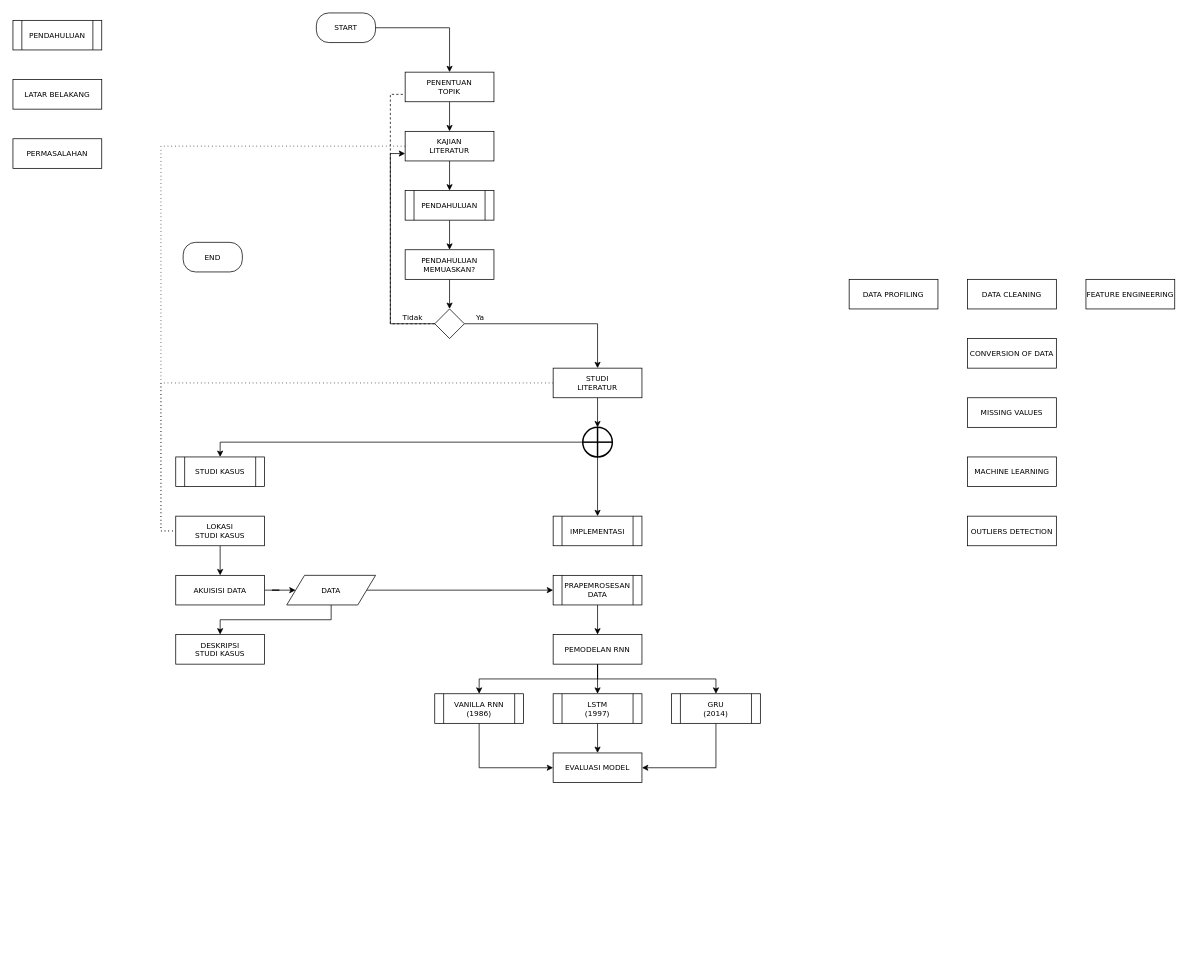
The draw.io diagram diagram/DIAGRAM_metodologi_penelitian.drawio in taruma/vivaldi, before the edit. Source tidied: cells renumbered, new cells numbered last; positions are measured from the earlier drawing's top-left corner, leaving out a move shared by most shapes. Both pictures are drawn from the tidied source at 74%, with x=0, y=0 at pixel (13, 13).
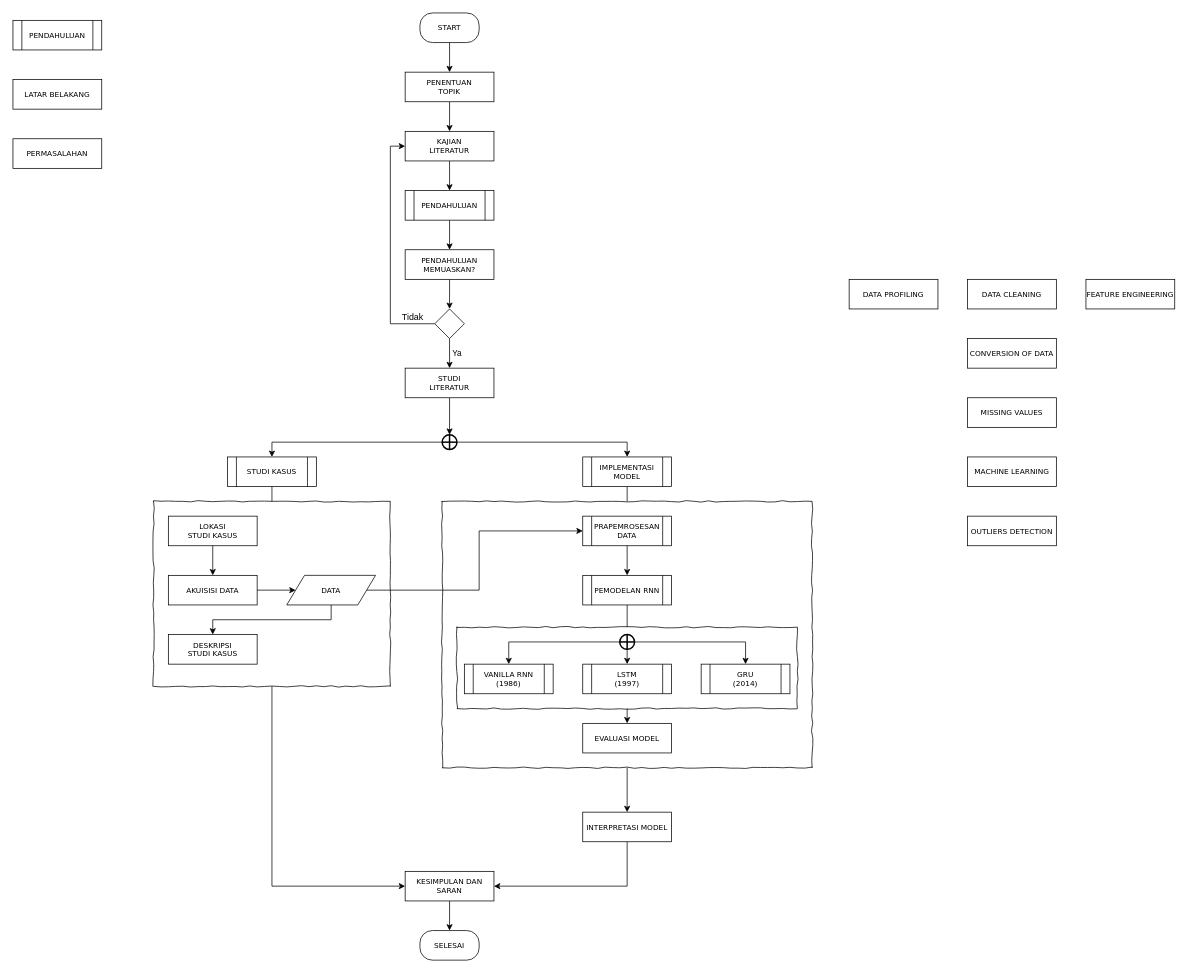
Above is the later version.

Commit message:
first draft flowchart

Unchanged cells that the change refers to:
```xml
<mxCell id="6" value="PENENTUAN&lt;br style=&quot;font-size: 10px;&quot;&gt;TOPIK" style="rounded=0;whiteSpace=wrap;html=1;fillColor=#ffffff;fontFamily=Verdana;fontSize=10;" parent="1" vertex="1">
  <mxGeometry x="530" y="80" width="120" height="40" as="geometry" />
</mxCell>
<mxCell id="8" value="KAJIAN&lt;br style=&quot;font-size: 10px;&quot;&gt;LITERATUR" style="rounded=0;whiteSpace=wrap;html=1;fillColor=#ffffff;fontFamily=Verdana;fontSize=10;" parent="1" vertex="1">
  <mxGeometry x="530" y="160" width="120" height="40" as="geometry" />
</mxCell>
<mxCell id="22" style="rhombus;whiteSpace=wrap;html=1;fillColor=#ffffff;fontFamily=Verdana;fontSize=10;" parent="1" vertex="1">
  <mxGeometry x="570" y="400" width="40" height="40" as="geometry" />
</mxCell>
```

Diff of the diagram source:
```diff
@@
+    <mxCell id="59" style="edgeStyle=orthogonalEdgeStyle;rounded=0;jettySize=auto;html=1;exitX=0.5;exitY=1;exitDx=0;exitDy=0;entryX=0.5;entryY=0;entryDx=0;entryDy=0;endArrow=classic;endFill=1;" parent="1" edge="1" source="67" target="62">
+      <mxGeometry relative="1" as="geometry" />
+    </mxCell>
-    <mxCell id="2" style="edgeStyle=orthogonalEdgeStyle;rounded=0;jettySize=auto;html=1;exitX=1;exitY=0.5;exitDx=0;exitDy=0;entryX=0.5;entryY=0;entryDx=0;entryDy=0;fontFamily=Verdana;fontSize=10;" parent="1" edge="1" source="3" target="6">
+    <mxCell id="2" style="edgeStyle=orthogonalEdgeStyle;rounded=0;jettySize=auto;html=1;exitX=0.5;exitY=1;exitDx=0;exitDy=0;entryX=0.5;entryY=0;entryDx=0;entryDy=0;endArrow=classic;endFill=1;" parent="1" edge="1" source="3" target="6">
       <mxGeometry relative="1" as="geometry" />
     </mxCell>
     <mxCell id="3" value="START" style="rounded=1;whiteSpace=wrap;html=1;fillColor=#ffffff;fontFamily=Verdana;arcSize=42;fontSize=10;" parent="1" vertex="1">
-      <mxGeometry x="410" width="80" height="40" as="geometry" />
+      <mxGeometry x="550" width="80" height="40" as="geometry" />
     </mxCell>
-    <mxCell id="4" value="END" style="rounded=1;whiteSpace=wrap;html=1;fillColor=#ffffff;fontFamily=Verdana;arcSize=42;fontSize=10;" parent="1" vertex="1">
-      <mxGeometry x="230" y="310" width="80" height="40" as="geometry" />
+    <mxCell id="4" value="SELESAI" style="rounded=1;whiteSpace=wrap;html=1;fillColor=#ffffff;fontFamily=Verdana;arcSize=42;fontSize=10;" parent="1" vertex="1">
+      <mxGeometry x="550" y="1240" width="80" height="40" as="geometry" />
     </mxCell>
@@
-    <mxCell id="10" style="edgeStyle=orthogonalEdgeStyle;rounded=0;jettySize=auto;html=1;exitX=0;exitY=0.5;exitDx=0;exitDy=0;entryX=0;entryY=0.5;entryDx=0;entryDy=0;dashed=1;endArrow=none;endFill=0;fontFamily=Verdana;fontSize=10;dashPattern=1 4;" parent="1" edge="1" source="8" target="32">
-      <mxGeometry relative="1" as="geometry" />
-    </mxCell>
@@
-    <mxCell id="17" style="edgeStyle=orthogonalEdgeStyle;rounded=0;jettySize=auto;html=1;exitX=0;exitY=0.5;exitDx=0;exitDy=0;entryX=0;entryY=0.75;entryDx=0;entryDy=0;fontFamily=Verdana;dashed=1;endArrow=none;endFill=0;fontSize=10;" parent="1" edge="1" source="22" target="6">
-      <mxGeometry relative="1" as="geometry" />
-    </mxCell>
+    <mxCell id="19" style="edgeStyle=orthogonalEdgeStyle;rounded=0;jettySize=auto;html=1;exitX=0;exitY=0.5;exitDx=0;exitDy=0;entryX=0;entryY=0.5;entryDx=0;entryDy=0;endArrow=classic;endFill=1;fontFamily=Verdana;fontSize=10;" parent="1" edge="1" source="22" target="8">
+      <mxGeometry relative="1" as="geometry" />
+    </mxCell>
-    <mxCell id="18" value="Tidak" style="text;html=1;align=center;verticalAlign=middle;labelBackgroundColor=#ffffff;fontFamily=Verdana;fontSize=10;" parent="17" vertex="1">
-      <mxGeometry x="-0.8" y="-2" relative="1" as="geometry">
-        <mxPoint x="8" y="-8" as="offset" />
+    <mxCell id="18" value="Tidak" style="text;html=1;align=center;verticalAlign=middle;labelBackgroundColor=#ffffff;" parent="19" vertex="1">
+      <mxGeometry x="-0.72" y="-2" relative="1" as="geometry">
+        <mxPoint x="14.5" y="-8" as="offset" />
       </mxGeometry>
     </mxCell>
-    <mxCell id="19" style="edgeStyle=orthogonalEdgeStyle;rounded=0;jettySize=auto;html=1;exitX=0;exitY=0.5;exitDx=0;exitDy=0;entryX=0;entryY=0.75;entryDx=0;entryDy=0;endArrow=classic;endFill=1;fontFamily=Verdana;fontSize=10;" parent="1" edge="1" source="22" target="8">
-      <mxGeometry relative="1" as="geometry" />
-    </mxCell>
-    <mxCell id="20" style="edgeStyle=orthogonalEdgeStyle;rounded=0;jettySize=auto;html=1;exitX=1;exitY=0.5;exitDx=0;exitDy=0;entryX=0.5;entryY=0;entryDx=0;entryDy=0;endArrow=classic;endFill=1;fontFamily=Verdana;fontSize=10;" parent="1" edge="1" source="22" target="27">
-      <mxGeometry relative="1" as="geometry" />
-    </mxCell>
-    <mxCell id="21" value="Ya" style="text;html=1;align=center;verticalAlign=middle;labelBackgroundColor=#ffffff;fontFamily=Verdana;fontSize=10;" parent="20" vertex="1">
-      <mxGeometry x="-0.22" relative="1" as="geometry">
-        <mxPoint x="-74" y="-10" as="offset" />
-      </mxGeometry>
+    <mxCell id="21" value="Ya" style="edgeStyle=orthogonalEdgeStyle;rounded=0;jettySize=auto;html=1;exitX=0.5;exitY=1;exitDx=0;exitDy=0;entryX=0.5;entryY=0;entryDx=0;entryDy=0;endArrow=classic;endFill=1;" parent="1" edge="1" source="22" target="27">
+      <mxGeometry y="10" relative="1" as="geometry" />
     </mxCell>
@@
     <mxCell id="23" value="STUDI KASUS" style="shape=process;whiteSpace=wrap;html=1;backgroundOutline=1;fillColor=#ffffff;fontFamily=Verdana;fontSize=10;" parent="1" vertex="1">
-      <mxGeometry x="220" y="600" width="120" height="40" as="geometry" />
+      <mxGeometry x="290" y="600" width="120" height="40" as="geometry" />
     </mxCell>
+    <mxCell id="60" style="edgeStyle=orthogonalEdgeStyle;rounded=0;jettySize=auto;html=1;exitX=0.5;exitY=1;exitDx=0;exitDy=0;entryX=0.5;entryY=0;entryDx=0;entryDy=0;endArrow=none;endFill=0;" parent="1" edge="1" source="24" target="67">
+      <mxGeometry relative="1" as="geometry" />
+    </mxCell>
-    <mxCell id="24" value="IMPLEMENTASI" style="shape=process;whiteSpace=wrap;html=1;backgroundOutline=1;fillColor=#ffffff;fontFamily=Verdana;fontSize=10;" parent="1" vertex="1">
-      <mxGeometry x="730" y="680" width="120" height="40" as="geometry" />
+    <mxCell id="24" value="IMPLEMENTASI MODEL" style="shape=process;whiteSpace=wrap;html=1;backgroundOutline=1;fillColor=#ffffff;fontFamily=Verdana;fontSize=10;" parent="1" vertex="1">
+      <mxGeometry x="770" y="600" width="120" height="40" as="geometry" />
     </mxCell>
@@
-    <mxCell id="26" style="edgeStyle=orthogonalEdgeStyle;rounded=0;jettySize=auto;html=1;exitX=0;exitY=0.5;exitDx=0;exitDy=0;entryX=0;entryY=0.5;entryDx=0;entryDy=0;dashed=1;endArrow=none;endFill=0;fontFamily=Verdana;fontSize=10;dashPattern=1 4;" parent="1" edge="1" source="27" target="32">
-      <mxGeometry relative="1" as="geometry" />
-    </mxCell>
     <mxCell id="27" value="STUDI&lt;br style=&quot;font-size: 10px;&quot;&gt;LITERATUR" style="rounded=0;whiteSpace=wrap;html=1;fillColor=#ffffff;fontFamily=Verdana;fontSize=10;" parent="1" vertex="1">
-      <mxGeometry x="730" y="480" width="120" height="40" as="geometry" />
+      <mxGeometry x="530" y="480" width="120" height="40" as="geometry" />
     </mxCell>
@@
-    <mxCell id="29" style="edgeStyle=orthogonalEdgeStyle;rounded=0;jettySize=auto;html=1;exitX=0.5;exitY=1;exitDx=0;exitDy=0;exitPerimeter=0;entryX=0.5;entryY=0;entryDx=0;entryDy=0;fontFamily=Verdana;fontSize=10;" parent="1" edge="1" source="30" target="24">
+    <mxCell id="29" style="edgeStyle=orthogonalEdgeStyle;rounded=0;jettySize=auto;html=1;exitX=1;exitY=0.5;exitDx=0;exitDy=0;exitPerimeter=0;entryX=0.5;entryY=0;entryDx=0;entryDy=0;endArrow=classic;endFill=1;" parent="1" edge="1" source="30" target="24">
       <mxGeometry relative="1" as="geometry" />
     </mxCell>
     <mxCell id="30" style="verticalLabelPosition=bottom;verticalAlign=top;html=1;strokeWidth=2;shape=mxgraph.flowchart.summing_function;fillColor=#ffffff;fontFamily=Verdana;fontSize=10;" parent="1" vertex="1">
-      <mxGeometry x="770" y="560" width="40" height="40" as="geometry" />
+      <mxGeometry x="580" y="570" width="20" height="20" as="geometry" />
     </mxCell>
-    <mxCell id="31" style="edgeStyle=orthogonalEdgeStyle;rounded=0;jettySize=auto;html=1;exitX=0.5;exitY=1;exitDx=0;exitDy=0;entryX=0.5;entryY=0;entryDx=0;entryDy=0;endArrow=classic;endFill=1;fontFamily=Verdana;fontSize=10;" parent="1" edge="1" source="32" target="34">
-      <mxGeometry relative="1" as="geometry" />
-    </mxCell>
-    <mxCell id="32" value="LOKASI&lt;br style=&quot;font-size: 10px;&quot;&gt;STUDI KASUS" style="rounded=0;whiteSpace=wrap;html=1;fillColor=#ffffff;fontFamily=Verdana;fontSize=10;" parent="1" vertex="1">
-      <mxGeometry x="220" y="680" width="120" height="40" as="geometry" />
-    </mxCell>
-    <mxCell id="33" style="edgeStyle=orthogonalEdgeStyle;rounded=0;jettySize=auto;html=1;exitX=1;exitY=0.5;exitDx=0;exitDy=0;entryX=0;entryY=0.5;entryDx=0;entryDy=0;endArrow=classic;endFill=1;fontFamily=Verdana;fontSize=10;" parent="1" edge="1" source="34" target="37">
-      <mxGeometry relative="1" as="geometry" />
-    </mxCell>
-    <mxCell id="34" value="AKUISISI DATA" style="rounded=0;whiteSpace=wrap;html=1;fillColor=#ffffff;fontFamily=Verdana;fontSize=10;" parent="1" vertex="1">
-      <mxGeometry x="220" y="760" width="120" height="40" as="geometry" />
-    </mxCell>
@@
-    <mxCell id="36" style="edgeStyle=orthogonalEdgeStyle;rounded=0;jettySize=auto;html=1;exitX=0.5;exitY=1;exitDx=0;exitDy=0;entryX=0.5;entryY=0;entryDx=0;entryDy=0;endArrow=classic;endFill=1;fontFamily=Verdana;fontSize=10;" parent="1" edge="1" source="37" target="50">
-      <mxGeometry relative="1" as="geometry" />
-    </mxCell>
-    <mxCell id="37" value="DATA" style="shape=parallelogram;perimeter=parallelogramPerimeter;whiteSpace=wrap;html=1;dashed=0;strokeWidth=1;fillColor=#ffffff;fontFamily=Verdana;fontSize=10;" parent="1" vertex="1">
-      <mxGeometry x="370" y="760" width="120" height="40" as="geometry" />
-    </mxCell>
-    <mxCell id="38" style="edgeStyle=orthogonalEdgeStyle;rounded=0;jettySize=auto;html=1;exitX=0.5;exitY=1;exitDx=0;exitDy=0;entryX=0;entryY=0.5;entryDx=0;entryDy=0;fontFamily=Verdana;fontSize=10;" parent="1" edge="1" source="39" target="54">
-      <mxGeometry relative="1" as="geometry" />
-    </mxCell>
-    <mxCell id="39" value="VANILLA RNN&lt;br&gt;(1986)" style="shape=process;whiteSpace=wrap;html=1;backgroundOutline=1;strokeWidth=1;fillColor=#ffffff;fontFamily=Verdana;fontSize=10;" parent="1" vertex="1">
-      <mxGeometry x="570" y="920" width="120" height="40" as="geometry" />
-    </mxCell>
-    <mxCell id="40" style="edgeStyle=orthogonalEdgeStyle;rounded=0;jettySize=auto;html=1;exitX=0.5;exitY=1;exitDx=0;exitDy=0;entryX=0.5;entryY=0;entryDx=0;entryDy=0;fontFamily=Verdana;fontSize=10;" parent="1" edge="1" source="41" target="54">
-      <mxGeometry relative="1" as="geometry" />
-    </mxCell>
-    <mxCell id="41" value="LSTM&lt;br&gt;(1997)" style="shape=process;whiteSpace=wrap;html=1;backgroundOutline=1;strokeWidth=1;fillColor=#ffffff;fontFamily=Verdana;fontSize=10;" parent="1" vertex="1">
-      <mxGeometry x="730" y="920" width="120" height="40" as="geometry" />
-    </mxCell>
-    <mxCell id="42" style="edgeStyle=orthogonalEdgeStyle;rounded=0;jettySize=auto;html=1;exitX=0.5;exitY=1;exitDx=0;exitDy=0;entryX=1;entryY=0.5;entryDx=0;entryDy=0;fontFamily=Verdana;fontSize=10;" parent="1" edge="1" source="43" target="54">
-      <mxGeometry relative="1" as="geometry" />
-    </mxCell>
-    <mxCell id="43" value="GRU&lt;br&gt;(2014)" style="shape=process;whiteSpace=wrap;html=1;backgroundOutline=1;strokeWidth=1;fillColor=#ffffff;fontFamily=Verdana;fontSize=10;" parent="1" vertex="1">
-      <mxGeometry x="890" y="920" width="120" height="40" as="geometry" />
-    </mxCell>
-    <mxCell id="44" style="edgeStyle=orthogonalEdgeStyle;rounded=0;jettySize=auto;html=1;exitX=0.5;exitY=1;exitDx=0;exitDy=0;entryX=0.5;entryY=0;entryDx=0;entryDy=0;endArrow=classic;endFill=1;fontFamily=Verdana;fontSize=10;" parent="1" edge="1" source="47" target="39">
-      <mxGeometry relative="1" as="geometry" />
-    </mxCell>
-    <mxCell id="45" style="edgeStyle=orthogonalEdgeStyle;rounded=0;jettySize=auto;html=1;exitX=0.5;exitY=1;exitDx=0;exitDy=0;entryX=0.5;entryY=0;entryDx=0;entryDy=0;endArrow=classic;endFill=1;fontFamily=Verdana;fontSize=10;" parent="1" edge="1" source="47" target="41">
-      <mxGeometry relative="1" as="geometry" />
-    </mxCell>
-    <mxCell id="46" style="edgeStyle=orthogonalEdgeStyle;rounded=0;jettySize=auto;html=1;exitX=0.5;exitY=1;exitDx=0;exitDy=0;entryX=0.5;entryY=0;entryDx=0;entryDy=0;endArrow=classic;endFill=1;fontFamily=Verdana;fontSize=10;" parent="1" edge="1" source="47" target="43">
-      <mxGeometry relative="1" as="geometry" />
-    </mxCell>
-    <mxCell id="47" value="PEMODELAN RNN" style="rounded=0;whiteSpace=wrap;html=1;strokeWidth=1;fillColor=#ffffff;fontFamily=Verdana;fontSize=10;" parent="1" vertex="1">
-      <mxGeometry x="730" y="840" width="120" height="40" as="geometry" />
-    </mxCell>
-    <mxCell id="48" style="edgeStyle=orthogonalEdgeStyle;rounded=0;jettySize=auto;html=1;exitX=0.5;exitY=1;exitDx=0;exitDy=0;entryX=0.5;entryY=0;entryDx=0;entryDy=0;fontFamily=Verdana;fontSize=10;" parent="1" edge="1" source="49" target="47">
-      <mxGeometry relative="1" as="geometry" />
-    </mxCell>
-    <mxCell id="49" value="PRAPEMROSESAN DATA" style="shape=process;whiteSpace=wrap;html=1;backgroundOutline=1;strokeWidth=1;fillColor=#ffffff;fontFamily=Verdana;fontSize=10;" parent="1" vertex="1">
-      <mxGeometry x="730" y="760" width="120" height="40" as="geometry" />
-    </mxCell>
-    <mxCell id="50" value="DESKRIPSI&lt;br style=&quot;font-size: 10px;&quot;&gt;STUDI KASUS" style="rounded=0;whiteSpace=wrap;html=1;fillColor=#ffffff;fontFamily=Verdana;fontSize=10;" parent="1" vertex="1">
-      <mxGeometry x="220" y="840" width="120" height="40" as="geometry" />
-    </mxCell>
@@
-    <mxCell id="54" value="EVALUASI MODEL" style="rounded=0;whiteSpace=wrap;html=1;fontFamily=Verdana;fontSize=10;" parent="1" vertex="1">
-      <mxGeometry x="730" y="1000" width="120" height="40" as="geometry" />
-    </mxCell>
@@
+    <mxCell id="61" style="edgeStyle=orthogonalEdgeStyle;rounded=0;jettySize=auto;html=1;exitX=0.5;exitY=1;exitDx=0;exitDy=0;entryX=1;entryY=0.5;entryDx=0;entryDy=0;endArrow=classic;endFill=1;" parent="1" edge="1" source="62" target="64">
+      <mxGeometry relative="1" as="geometry" />
+    </mxCell>
+    <mxCell id="62" value="INTERPRETASI MODEL" style="rounded=0;whiteSpace=wrap;html=1;fontFamily=Verdana;fontSize=10;" parent="1" vertex="1">
+      <mxGeometry x="770" y="1080" width="120" height="40" as="geometry" />
+    </mxCell>
+    <mxCell id="63" style="edgeStyle=orthogonalEdgeStyle;rounded=0;jettySize=auto;html=1;exitX=0.5;exitY=1;exitDx=0;exitDy=0;entryX=0.5;entryY=0;entryDx=0;entryDy=0;endArrow=classic;endFill=1;" parent="1" edge="1" source="64" target="4">
+      <mxGeometry relative="1" as="geometry" />
+    </mxCell>
+    <mxCell id="64" value="KESIMPULAN DAN SARAN" style="rounded=0;whiteSpace=wrap;html=1;fontFamily=Verdana;fontSize=10;" parent="1" vertex="1">
+      <mxGeometry x="530" y="1160" width="120" height="40" as="geometry" />
+    </mxCell>
+    <mxCell id="65" style="edgeStyle=orthogonalEdgeStyle;rounded=0;jettySize=auto;html=1;exitX=0.5;exitY=1;exitDx=0;exitDy=0;entryX=0;entryY=0.5;entryDx=0;entryDy=0;endArrow=classic;endFill=1;" parent="1" edge="1" source="76" target="64">
+      <mxGeometry relative="1" as="geometry" />
+    </mxCell>
+    <mxCell id="66" style="group;" parent="1" vertex="1">
+      <mxGeometry x="580" y="660" width="500" height="360" as="geometry" />
+    </mxCell>
+    <mxCell id="67" style="rounded=0;whiteSpace=wrap;html=1;glass=0;comic=1;fillColor=none;" parent="66" vertex="1">
+      <mxGeometry width="500" height="360" as="geometry" />
+    </mxCell>
+    <mxCell id="68" style="rounded=0;whiteSpace=wrap;html=1;glass=0;comic=1;fillColor=none;" parent="66" vertex="1">
+      <mxGeometry x="20" y="170" width="460" height="110" as="geometry" />
+    </mxCell>
+    <mxCell id="49" value="PRAPEMROSESAN DATA" style="shape=process;whiteSpace=wrap;html=1;backgroundOutline=1;strokeWidth=1;fillColor=#ffffff;fontFamily=Verdana;fontSize=10;" parent="66" vertex="1">
+      <mxGeometry x="190" y="20" width="120" height="40" as="geometry" />
+    </mxCell>
+    <mxCell id="39" value="VANILLA RNN&lt;br&gt;(1986)" style="shape=process;whiteSpace=wrap;html=1;backgroundOutline=1;strokeWidth=1;fillColor=#ffffff;fontFamily=Verdana;fontSize=10;" parent="66" vertex="1">
+      <mxGeometry x="30" y="220" width="120" height="40" as="geometry" />
+    </mxCell>
+    <mxCell id="41" value="LSTM&lt;br&gt;(1997)" style="shape=process;whiteSpace=wrap;html=1;backgroundOutline=1;strokeWidth=1;fillColor=#ffffff;fontFamily=Verdana;fontSize=10;" parent="66" vertex="1">
+      <mxGeometry x="190" y="220" width="120" height="40" as="geometry" />
+    </mxCell>
+    <mxCell id="43" value="GRU&lt;br&gt;(2014)" style="shape=process;whiteSpace=wrap;html=1;backgroundOutline=1;strokeWidth=1;fillColor=#ffffff;fontFamily=Verdana;fontSize=10;" parent="66" vertex="1">
+      <mxGeometry x="350" y="220" width="120" height="40" as="geometry" />
+    </mxCell>
+    <mxCell id="54" value="EVALUASI MODEL" style="rounded=0;whiteSpace=wrap;html=1;fontFamily=Verdana;fontSize=10;" parent="66" vertex="1">
+      <mxGeometry x="190" y="300" width="120" height="40" as="geometry" />
+    </mxCell>
+    <mxCell id="69" style="edgeStyle=orthogonalEdgeStyle;rounded=0;jettySize=auto;html=1;exitX=0.5;exitY=1;exitDx=0;exitDy=0;entryX=0.5;entryY=0;entryDx=0;entryDy=0;endArrow=classic;endFill=1;" parent="66" edge="1" source="68" target="54">
+      <mxGeometry relative="1" as="geometry" />
+    </mxCell>
+    <mxCell id="70" style="edgeStyle=orthogonalEdgeStyle;rounded=0;jettySize=auto;html=1;exitX=0.5;exitY=1;exitDx=0;exitDy=0;entryX=0.5;entryY=0;entryDx=0;entryDy=0;endArrow=none;endFill=0;" parent="66" edge="1" source="47" target="68">
+      <mxGeometry relative="1" as="geometry" />
+    </mxCell>
+    <mxCell id="47" value="PEMODELAN RNN" style="shape=process;whiteSpace=wrap;html=1;backgroundOutline=1;strokeWidth=1;fillColor=#ffffff;fontFamily=Verdana;fontSize=10;" parent="66" vertex="1">
+      <mxGeometry x="190" y="100" width="120" height="40" as="geometry" />
+    </mxCell>
+    <mxCell id="48" style="edgeStyle=orthogonalEdgeStyle;rounded=0;jettySize=auto;html=1;exitX=0.5;exitY=1;exitDx=0;exitDy=0;entryX=0.5;entryY=0;entryDx=0;entryDy=0;endArrow=classic;endFill=1;" parent="66" edge="1" source="49" target="47">
+      <mxGeometry relative="1" as="geometry" />
+    </mxCell>
+    <mxCell id="71" style="edgeStyle=orthogonalEdgeStyle;rounded=0;jettySize=auto;html=1;exitX=0;exitY=0.5;exitDx=0;exitDy=0;exitPerimeter=0;entryX=0.5;entryY=0;entryDx=0;entryDy=0;endArrow=classic;endFill=1;" parent="66" edge="1" source="74" target="39">
+      <mxGeometry relative="1" as="geometry" />
+    </mxCell>
+    <mxCell id="72" style="edgeStyle=orthogonalEdgeStyle;rounded=0;jettySize=auto;html=1;exitX=0.5;exitY=1;exitDx=0;exitDy=0;exitPerimeter=0;entryX=0.5;entryY=0;entryDx=0;entryDy=0;endArrow=classic;endFill=1;" parent="66" edge="1" source="74" target="41">
+      <mxGeometry relative="1" as="geometry" />
+    </mxCell>
+    <mxCell id="73" style="edgeStyle=orthogonalEdgeStyle;rounded=0;jettySize=auto;html=1;exitX=1;exitY=0.5;exitDx=0;exitDy=0;exitPerimeter=0;entryX=0.5;entryY=0;entryDx=0;entryDy=0;endArrow=classic;endFill=1;" parent="66" edge="1" source="74" target="43">
+      <mxGeometry relative="1" as="geometry" />
+    </mxCell>
+    <mxCell id="74" style="verticalLabelPosition=bottom;verticalAlign=top;html=1;strokeWidth=2;shape=mxgraph.flowchart.summing_function;fillColor=#ffffff;fontFamily=Verdana;fontSize=10;" parent="66" vertex="1">
+      <mxGeometry x="240" y="180" width="20" height="20" as="geometry" />
+    </mxCell>
+    <mxCell id="75" style="edgeStyle=orthogonalEdgeStyle;rounded=0;jettySize=auto;html=1;exitX=0.5;exitY=1;exitDx=0;exitDy=0;entryX=0.5;entryY=0;entryDx=0;entryDy=0;endArrow=none;endFill=0;" parent="1" edge="1" source="23" target="76">
+      <mxGeometry relative="1" as="geometry" />
+    </mxCell>
+    <mxCell id="76" style="rounded=0;whiteSpace=wrap;html=1;fillColor=none;glass=0;comic=1;" parent="1" vertex="1">
+      <mxGeometry x="190" y="660" width="320" height="250" as="geometry" />
+    </mxCell>
+    <mxCell id="32" value="LOKASI&lt;br style=&quot;font-size: 10px;&quot;&gt;STUDI KASUS" style="rounded=0;whiteSpace=wrap;html=1;fillColor=#ffffff;fontFamily=Verdana;fontSize=10;" parent="1" vertex="1">
+      <mxGeometry x="210" y="680" width="120" height="40" as="geometry" />
+    </mxCell>
+    <mxCell id="34" value="AKUISISI DATA" style="rounded=0;whiteSpace=wrap;html=1;fillColor=#ffffff;fontFamily=Verdana;fontSize=10;" parent="1" vertex="1">
+      <mxGeometry x="210" y="760" width="120" height="40" as="geometry" />
+    </mxCell>
+    <mxCell id="31" style="edgeStyle=orthogonalEdgeStyle;rounded=0;jettySize=auto;html=1;exitX=0.5;exitY=1;exitDx=0;exitDy=0;entryX=0.5;entryY=0;entryDx=0;entryDy=0;endArrow=classic;endFill=1;fontFamily=Verdana;fontSize=10;" parent="1" edge="1" source="32" target="34">
+      <mxGeometry relative="1" as="geometry" />
+    </mxCell>
+    <mxCell id="37" value="DATA" style="shape=parallelogram;perimeter=parallelogramPerimeter;whiteSpace=wrap;html=1;dashed=0;strokeWidth=1;fillColor=#ffffff;fontFamily=Verdana;fontSize=10;" parent="1" vertex="1">
+      <mxGeometry x="370" y="760" width="120" height="40" as="geometry" />
+    </mxCell>
+    <mxCell id="33" style="edgeStyle=orthogonalEdgeStyle;rounded=0;jettySize=auto;html=1;exitX=1;exitY=0.5;exitDx=0;exitDy=0;entryX=0;entryY=0.5;entryDx=0;entryDy=0;endArrow=classic;endFill=1;fontFamily=Verdana;fontSize=10;" parent="1" edge="1" source="34" target="37">
+      <mxGeometry relative="1" as="geometry" />
+    </mxCell>
+    <mxCell id="50" value="DESKRIPSI&lt;br style=&quot;font-size: 10px;&quot;&gt;STUDI KASUS" style="rounded=0;whiteSpace=wrap;html=1;fillColor=#ffffff;fontFamily=Verdana;fontSize=10;" parent="1" vertex="1">
+      <mxGeometry x="210" y="840" width="120" height="40" as="geometry" />
+    </mxCell>
+    <mxCell id="36" style="edgeStyle=orthogonalEdgeStyle;rounded=0;jettySize=auto;html=1;exitX=0.5;exitY=1;exitDx=0;exitDy=0;entryX=0.5;entryY=0;entryDx=0;entryDy=0;endArrow=classic;endFill=1;fontFamily=Verdana;fontSize=10;" parent="1" edge="1" source="37" target="50">
+      <mxGeometry relative="1" as="geometry" />
+    </mxCell>
```
